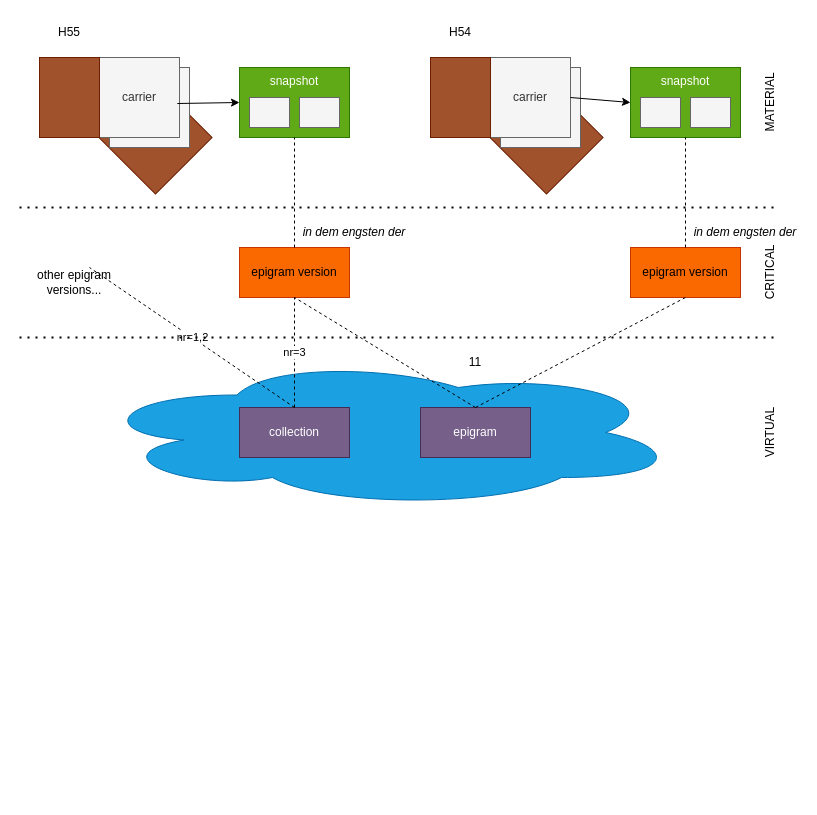
Before: model/img/entities.drawio in vedph/gve-doc, a draw.io diagram. Source tidied: cells renumbered, new cells numbered last; positions are measured from the earlier drawing's top-left corner, leaving out a move shared by most shapes. Both pictures are drawn from the tidied source at 100%, with x=0, y=0 at pixel (19, 17).
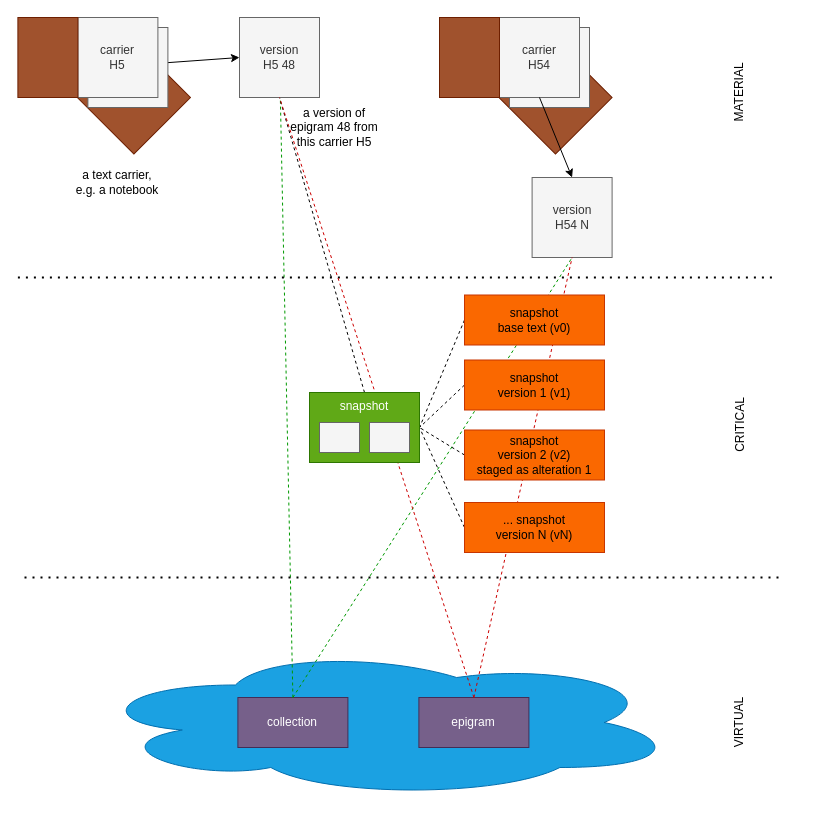
The same page after the edit.

The change refers to these unchanged cells:
```xml
<mxCell id="14" value="snapshot" style="rounded=0;whiteSpace=wrap;html=1;verticalAlign=top;fillColor=#60a917;fontColor=#ffffff;strokeColor=#2D7600;" parent="13" vertex="1">
  <mxGeometry width="110" height="70" as="geometry" />
</mxCell>
```

Diff of the diagram source:
```diff
@@
     <mxCell id="2" style="ellipse;shape=cloud;whiteSpace=wrap;html=1;fillColor=#1ba1e2;fontColor=#ffffff;strokeColor=#006EAF;" parent="1" vertex="1">
-      <mxGeometry x="70" y="340" width="590" height="150" as="geometry" />
+      <mxGeometry x="68.4" y="630" width="590" height="150" as="geometry" />
     </mxCell>
-    <mxCell id="3" style="group;" parent="1" vertex="1">
-      <mxGeometry x="20" y="40" width="172.6" height="136.6" as="geometry" />
-    </mxCell>
-    <mxCell id="4" style="rounded=0;whiteSpace=wrap;html=1;rotation=45;fillColor=#a0522d;fontColor=#ffffff;strokeColor=#6D1F00;" parent="3" vertex="1">
-      <mxGeometry x="76" y="40" width="80" height="80" as="geometry" />
-    </mxCell>
-    <mxCell id="5" style="rounded=0;whiteSpace=wrap;html=1;fillColor=#f5f5f5;fontColor=#333333;strokeColor=#666666;" parent="3" vertex="1">
-      <mxGeometry x="70" y="10" width="80" height="80" as="geometry" />
-    </mxCell>
-    <mxCell id="6" value="carrier" style="rounded=0;whiteSpace=wrap;html=1;fillColor=#f5f5f5;fontColor=#333333;strokeColor=#666666;" parent="3" vertex="1">
-      <mxGeometry x="60" width="80" height="80" as="geometry" />
-    </mxCell>
-    <mxCell id="7" style="rounded=0;whiteSpace=wrap;html=1;rotation=0;fillColor=#a0522d;fontColor=#ffffff;strokeColor=#6D1F00;" parent="3" vertex="1">
-      <mxGeometry width="60" height="80" as="geometry" />
-    </mxCell>
     <mxCell id="8" style="group;" parent="1" vertex="1">
-      <mxGeometry x="411" y="40" width="172.6" height="136.6" as="geometry" />
+      <mxGeometry x="420" width="172.6" height="136.6" as="geometry" />
     </mxCell>
@@
-    <mxCell id="11" value="carrier" style="rounded=0;whiteSpace=wrap;html=1;fillColor=#f5f5f5;fontColor=#333333;strokeColor=#666666;" parent="8" vertex="1">
+    <mxCell id="11" value="carrier&lt;div&gt;H54&lt;/div&gt;" style="rounded=0;whiteSpace=wrap;html=1;fillColor=#f5f5f5;fontColor=#333333;strokeColor=#666666;" parent="8" vertex="1">
       <mxGeometry x="60" width="80" height="80" as="geometry" />
     </mxCell>
@@
+    <mxCell id="21" style="endArrow=classic;html=1;rounded=0;exitX=0.973;exitY=0.575;exitDx=0;exitDy=0;exitPerimeter=0;entryX=0;entryY=0.5;entryDx=0;entryDy=0;" parent="1" edge="1" source="6" target="44">
+      <mxGeometry relative="1" as="geometry" />
+    </mxCell>
+    <mxCell id="25" value="collection" style="rounded=0;whiteSpace=wrap;html=1;fillColor=#76608a;fontColor=#ffffff;strokeColor=#432D57;" parent="1" vertex="1">
+      <mxGeometry x="218.4" y="680" width="110" height="50" as="geometry" />
+    </mxCell>
+    <mxCell id="26" value="epigram" style="rounded=0;whiteSpace=wrap;html=1;fillColor=#76608a;fontColor=#ffffff;strokeColor=#432D57;" parent="1" vertex="1">
+      <mxGeometry x="399.4" y="680" width="110" height="50" as="geometry" />
+    </mxCell>
+    <mxCell id="27" style="endArrow=none;dashed=1;html=1;rounded=0;exitX=0.5;exitY=0;exitDx=0;exitDy=0;entryX=0.5;entryY=1;entryDx=0;entryDy=0;strokeColor=#009900;" parent="1" edge="1" source="25" target="51">
+      <mxGeometry relative="1" as="geometry" />
+    </mxCell>
+    <mxCell id="28" style="endArrow=none;dashed=1;html=1;rounded=0;exitX=0.5;exitY=0;exitDx=0;exitDy=0;strokeColor=#009900;" parent="1" edge="1" source="25" target="44">
+      <mxGeometry relative="1" as="geometry" />
+    </mxCell>
+    <mxCell id="31" style="endArrow=none;dashed=1;html=1;rounded=0;entryX=0.5;entryY=1;entryDx=0;entryDy=0;exitX=0.5;exitY=0;exitDx=0;exitDy=0;" parent="1" edge="1" source="14" target="44">
+      <mxGeometry relative="1" as="geometry" />
+    </mxCell>
+    <mxCell id="39" value="VIRTUAL" style="text;html=1;align=center;verticalAlign=middle;whiteSpace=wrap;rounded=0;rotation=-90;" parent="1" vertex="1">
+      <mxGeometry x="690" y="690" width="60" height="30" as="geometry" />
+    </mxCell>
+    <mxCell id="42" style="endArrow=none;dashed=1;html=1;dashPattern=1 3;strokeWidth=2;rounded=0;" parent="1" edge="1">
+      <mxGeometry relative="1" as="geometry">
+        <mxPoint x="5" y="560" as="sourcePoint" />
+        <mxPoint x="765" y="560" as="targetPoint" />
+      </mxGeometry>
+    </mxCell>
+    <mxCell id="4" style="rounded=0;whiteSpace=wrap;html=1;rotation=45;fillColor=#a0522d;fontColor=#ffffff;strokeColor=#6D1F00;" parent="1" vertex="1">
+      <mxGeometry x="74.4" y="40" width="80" height="80" as="geometry" />
+    </mxCell>
+    <mxCell id="5" style="rounded=0;whiteSpace=wrap;html=1;fillColor=#f5f5f5;fontColor=#333333;strokeColor=#666666;" parent="1" vertex="1">
+      <mxGeometry x="68.4" y="10" width="80" height="80" as="geometry" />
+    </mxCell>
+    <mxCell id="6" value="carrier&lt;div&gt;H5&lt;/div&gt;" style="rounded=0;whiteSpace=wrap;html=1;fillColor=#f5f5f5;fontColor=#333333;strokeColor=#666666;" parent="1" vertex="1">
+      <mxGeometry x="58.4" width="80" height="80" as="geometry" />
+    </mxCell>
+    <mxCell id="7" style="rounded=0;whiteSpace=wrap;html=1;rotation=0;fillColor=#a0522d;fontColor=#ffffff;strokeColor=#6D1F00;" parent="1" vertex="1">
+      <mxGeometry x="-1.6" width="60" height="80" as="geometry" />
+    </mxCell>
+    <mxCell id="44" value="version&lt;div&gt;H5 48&lt;/div&gt;" style="rounded=0;whiteSpace=wrap;html=1;fillColor=#f5f5f5;fontColor=#333333;strokeColor=#666666;" parent="1" vertex="1">
+      <mxGeometry x="220" width="80" height="80" as="geometry" />
+    </mxCell>
+    <mxCell id="45" value="a text carrier, e.g. a notebook" style="text;html=1;align=center;verticalAlign=middle;whiteSpace=wrap;rounded=0;" parent="1" vertex="1">
+      <mxGeometry x="53.4" y="150" width="90" height="30" as="geometry" />
+    </mxCell>
+    <mxCell id="46" value="a version of epigram 48 from this carrier H5" style="text;html=1;align=center;verticalAlign=middle;whiteSpace=wrap;rounded=0;" parent="1" vertex="1">
+      <mxGeometry x="270" y="80" width="90" height="60" as="geometry" />
+    </mxCell>
+    <mxCell id="47" style="endArrow=none;dashed=1;html=1;rounded=0;exitX=0;exitY=0.5;exitDx=0;exitDy=0;entryX=1;entryY=0.5;entryDx=0;entryDy=0;" parent="1" edge="1" source="56" target="14">
+      <mxGeometry relative="1" as="geometry" />
+    </mxCell>
+    <mxCell id="48" style="endArrow=none;dashed=1;html=1;rounded=0;exitX=0;exitY=0.5;exitDx=0;exitDy=0;entryX=1;entryY=0.5;entryDx=0;entryDy=0;" parent="1" edge="1" source="57" target="14">
+      <mxGeometry relative="1" as="geometry" />
+    </mxCell>
+    <mxCell id="49" style="endArrow=none;dashed=1;html=1;rounded=0;exitX=0;exitY=0.5;exitDx=0;exitDy=0;entryX=1;entryY=0.5;entryDx=0;entryDy=0;" parent="1" edge="1" source="58" target="14">
+      <mxGeometry relative="1" as="geometry" />
+    </mxCell>
+    <mxCell id="50" style="endArrow=none;dashed=1;html=1;rounded=0;exitX=0;exitY=0.5;exitDx=0;exitDy=0;entryX=1;entryY=0.5;entryDx=0;entryDy=0;" parent="1" edge="1" source="59" target="14">
+      <mxGeometry relative="1" as="geometry" />
+    </mxCell>
+    <mxCell id="51" value="version&lt;div&gt;H54 N&lt;/div&gt;" style="rounded=0;whiteSpace=wrap;html=1;fillColor=#f5f5f5;fontColor=#333333;strokeColor=#666666;" parent="1" vertex="1">
+      <mxGeometry x="512.6" y="160" width="80" height="80" as="geometry" />
+    </mxCell>
+    <mxCell id="52" style="endArrow=classic;html=1;rounded=0;exitX=0.5;exitY=1;exitDx=0;exitDy=0;entryX=0.5;entryY=0;entryDx=0;entryDy=0;" parent="1" edge="1" source="11" target="51">
+      <mxGeometry relative="1" as="geometry" />
+    </mxCell>
+    <mxCell id="53" style="endArrow=none;dashed=1;html=1;dashPattern=1 3;strokeWidth=2;rounded=0;" parent="1" edge="1">
+      <mxGeometry relative="1" as="geometry">
+        <mxPoint x="-1.6" y="260" as="sourcePoint" />
+        <mxPoint x="758.4" y="260" as="targetPoint" />
+      </mxGeometry>
+    </mxCell>
+    <mxCell id="40" value="CRITICAL" style="text;html=1;align=center;verticalAlign=middle;whiteSpace=wrap;rounded=0;rotation=-90;" parent="1" vertex="1">
+      <mxGeometry x="690" y="392.5" width="60" height="30" as="geometry" />
+    </mxCell>
+    <mxCell id="41" value="MATERIAL" style="text;html=1;align=center;verticalAlign=middle;whiteSpace=wrap;rounded=0;rotation=-90;" parent="1" vertex="1">
+      <mxGeometry x="690" y="60" width="60" height="30" as="geometry" />
+    </mxCell>
+    <mxCell id="54" style="endArrow=none;dashed=1;html=1;rounded=0;exitX=0.5;exitY=0;exitDx=0;exitDy=0;entryX=0.5;entryY=1;entryDx=0;entryDy=0;strokeColor=#CC0000;" parent="1" edge="1" source="26" target="51">
+      <mxGeometry relative="1" as="geometry" />
+    </mxCell>
+    <mxCell id="55" style="endArrow=none;dashed=1;html=1;rounded=0;exitX=0.5;exitY=0;exitDx=0;exitDy=0;entryX=0.5;entryY=1;entryDx=0;entryDy=0;strokeColor=#CC0000;" parent="1" edge="1" source="26" target="44">
+      <mxGeometry relative="1" as="geometry" />
+    </mxCell>
+    <mxCell id="56" value="snapshot&lt;br&gt;base text (v0)" style="rounded=0;whiteSpace=wrap;html=1;fillColor=#fa6800;fontColor=#000000;strokeColor=#C73500;" parent="1" vertex="1">
+      <mxGeometry x="445" y="277.5" width="140" height="50" as="geometry" />
+    </mxCell>
+    <mxCell id="57" value="snapshot&lt;br&gt;version 1 (v1)" style="rounded=0;whiteSpace=wrap;html=1;fillColor=#fa6800;fontColor=#000000;strokeColor=#C73500;" parent="1" vertex="1">
+      <mxGeometry x="445" y="342.5" width="140" height="50" as="geometry" />
+    </mxCell>
+    <mxCell id="58" value="snapshot&lt;br&gt;version 2 (v2)&lt;div&gt;staged as alteration 1&lt;/div&gt;" style="rounded=0;whiteSpace=wrap;html=1;fillColor=#fa6800;fontColor=#000000;strokeColor=#C73500;" parent="1" vertex="1">
+      <mxGeometry x="445" y="412.5" width="140" height="50" as="geometry" />
+    </mxCell>
+    <mxCell id="59" value="... snapshot&lt;br&gt;version N (vN)" style="rounded=0;whiteSpace=wrap;html=1;fillColor=#fa6800;fontColor=#000000;strokeColor=#C73500;" parent="1" vertex="1">
+      <mxGeometry x="445" y="485" width="140" height="50" as="geometry" />
+    </mxCell>
     <mxCell id="13" style="group;" parent="1" vertex="1">
-      <mxGeometry x="220" y="50" width="110" height="70" as="geometry" />
+      <mxGeometry x="290" y="375" width="110" height="70" as="geometry" />
     </mxCell>
@@
-    <mxCell id="17" style="group;" parent="1" vertex="1">
-      <mxGeometry x="611" y="50" width="110" height="70" as="geometry" />
-    </mxCell>
-    <mxCell id="18" value="snapshot" style="rounded=0;whiteSpace=wrap;html=1;verticalAlign=top;fillColor=#60a917;fontColor=#ffffff;strokeColor=#2D7600;" parent="17" vertex="1">
-      <mxGeometry width="110" height="70" as="geometry" />
-    </mxCell>
-    <mxCell id="19" style="rounded=0;whiteSpace=wrap;html=1;fillColor=#f5f5f5;fontColor=#333333;strokeColor=#666666;" parent="17" vertex="1">
-      <mxGeometry x="10" y="30" width="40" height="30" as="geometry" />
-    </mxCell>
-    <mxCell id="20" style="rounded=0;whiteSpace=wrap;html=1;fillColor=#f5f5f5;fontColor=#333333;strokeColor=#666666;" parent="17" vertex="1">
-      <mxGeometry x="60" y="30" width="40" height="30" as="geometry" />
-    </mxCell>
-    <mxCell id="21" style="endArrow=classic;html=1;rounded=0;exitX=0.973;exitY=0.575;exitDx=0;exitDy=0;exitPerimeter=0;entryX=0;entryY=0.5;entryDx=0;entryDy=0;" parent="1" edge="1" source="6" target="14">
-      <mxGeometry relative="1" as="geometry" />
-    </mxCell>
-    <mxCell id="22" style="endArrow=classic;html=1;rounded=0;exitX=1;exitY=0.5;exitDx=0;exitDy=0;entryX=0;entryY=0.5;entryDx=0;entryDy=0;" parent="1" edge="1" source="11" target="18">
-      <mxGeometry relative="1" as="geometry" />
-    </mxCell>
-    <mxCell id="23" value="epigram version" style="rounded=0;whiteSpace=wrap;html=1;fillColor=#fa6800;fontColor=#000000;strokeColor=#C73500;" parent="1" vertex="1">
-      <mxGeometry x="220" y="230" width="110" height="50" as="geometry" />
-    </mxCell>
-    <mxCell id="24" value="epigram version" style="rounded=0;whiteSpace=wrap;html=1;fillColor=#fa6800;fontColor=#000000;strokeColor=#C73500;" parent="1" vertex="1">
-      <mxGeometry x="611" y="230" width="110" height="50" as="geometry" />
-    </mxCell>
-    <mxCell id="25" value="collection" style="rounded=0;whiteSpace=wrap;html=1;fillColor=#76608a;fontColor=#ffffff;strokeColor=#432D57;" parent="1" vertex="1">
-      <mxGeometry x="220" y="390" width="110" height="50" as="geometry" />
-    </mxCell>
-    <mxCell id="26" value="epigram" style="rounded=0;whiteSpace=wrap;html=1;fillColor=#76608a;fontColor=#ffffff;strokeColor=#432D57;" parent="1" vertex="1">
-      <mxGeometry x="401" y="390" width="110" height="50" as="geometry" />
-    </mxCell>
-    <mxCell id="27" value="nr=3" style="endArrow=none;dashed=1;html=1;rounded=0;exitX=0.5;exitY=0;exitDx=0;exitDy=0;entryX=0.5;entryY=1;entryDx=0;entryDy=0;" parent="1" edge="1" source="25" target="23">
-      <mxGeometry relative="1" as="geometry" />
-    </mxCell>
-    <mxCell id="28" value="nr=1,2" style="endArrow=none;dashed=1;html=1;rounded=0;exitX=0.5;exitY=0;exitDx=0;exitDy=0;" parent="1" edge="1" source="25">
-      <mxGeometry relative="1" as="geometry">
-        <mxPoint x="70" y="250" as="targetPoint" />
-      </mxGeometry>
-    </mxCell>
-    <mxCell id="29" value="other epigram versions..." style="text;html=1;align=center;verticalAlign=middle;whiteSpace=wrap;rounded=0;" parent="1" vertex="1">
-      <mxGeometry x="10" y="250" width="90" height="30" as="geometry" />
-    </mxCell>
-    <mxCell id="30" style="endArrow=none;dashed=1;html=1;rounded=0;entryX=0.5;entryY=1;entryDx=0;entryDy=0;exitX=0.5;exitY=0;exitDx=0;exitDy=0;" parent="1" edge="1" source="26" target="23">
-      <mxGeometry relative="1" as="geometry" />
-    </mxCell>
-    <mxCell id="31" style="endArrow=none;dashed=1;html=1;rounded=0;entryX=0.5;entryY=1;entryDx=0;entryDy=0;exitX=0.5;exitY=0;exitDx=0;exitDy=0;" parent="1" edge="1" source="26" target="24">
-      <mxGeometry relative="1" as="geometry" />
-    </mxCell>
-    <mxCell id="32" style="endArrow=none;dashed=1;html=1;rounded=0;entryX=0.5;entryY=1;entryDx=0;entryDy=0;exitX=0.5;exitY=0;exitDx=0;exitDy=0;" parent="1" edge="1" source="23" target="14">
-      <mxGeometry relative="1" as="geometry" />
-    </mxCell>
-    <mxCell id="33" style="endArrow=none;dashed=1;html=1;rounded=0;entryX=0.5;entryY=1;entryDx=0;entryDy=0;exitX=0.5;exitY=0;exitDx=0;exitDy=0;" parent="1" edge="1" source="24" target="18">
-      <mxGeometry relative="1" as="geometry" />
-    </mxCell>
-    <mxCell id="34" value="H55" style="text;html=1;align=center;verticalAlign=middle;whiteSpace=wrap;rounded=0;" parent="1" vertex="1">
-      <mxGeometry x="20" width="60" height="30" as="geometry" />
-    </mxCell>
-    <mxCell id="35" value="H54" style="text;html=1;align=center;verticalAlign=middle;whiteSpace=wrap;rounded=0;" parent="1" vertex="1">
-      <mxGeometry x="411" width="60" height="30" as="geometry" />
-    </mxCell>
-    <mxCell id="36" value="in dem engsten der" style="text;html=1;align=center;verticalAlign=middle;whiteSpace=wrap;rounded=0;fontStyle=2;" parent="1" vertex="1">
-      <mxGeometry x="280" y="200" width="110" height="30" as="geometry" />
-    </mxCell>
-    <mxCell id="37" value="in dem engsten der" style="text;html=1;align=center;verticalAlign=middle;whiteSpace=wrap;rounded=0;fontStyle=2;" parent="1" vertex="1">
-      <mxGeometry x="671" y="200" width="110" height="30" as="geometry" />
-    </mxCell>
-    <mxCell id="38" value="11" style="text;html=1;align=center;verticalAlign=middle;whiteSpace=wrap;rounded=0;" parent="1" vertex="1">
-      <mxGeometry x="431" y="330" width="50" height="30" as="geometry" />
-    </mxCell>
-    <mxCell id="39" value="VIRTUAL" style="text;html=1;align=center;verticalAlign=middle;whiteSpace=wrap;rounded=0;rotation=-90;" parent="1" vertex="1">
-      <mxGeometry x="721" y="400" width="60" height="30" as="geometry" />
-    </mxCell>
-    <mxCell id="40" value="CRITICAL" style="text;html=1;align=center;verticalAlign=middle;whiteSpace=wrap;rounded=0;rotation=-90;" parent="1" vertex="1">
-      <mxGeometry x="721" y="240" width="60" height="30" as="geometry" />
-    </mxCell>
-    <mxCell id="41" value="MATERIAL" style="text;html=1;align=center;verticalAlign=middle;whiteSpace=wrap;rounded=0;rotation=-90;" parent="1" vertex="1">
-      <mxGeometry x="721" y="70" width="60" height="30" as="geometry" />
-    </mxCell>
-    <mxCell id="42" style="endArrow=none;dashed=1;html=1;dashPattern=1 3;strokeWidth=2;rounded=0;" parent="1" edge="1">
-      <mxGeometry relative="1" as="geometry">
-        <mxPoint y="320" as="sourcePoint" />
-        <mxPoint x="760" y="320" as="targetPoint" />
-      </mxGeometry>
-    </mxCell>
-    <mxCell id="43" style="endArrow=none;dashed=1;html=1;dashPattern=1 3;strokeWidth=2;rounded=0;" parent="1" edge="1">
-      <mxGeometry relative="1" as="geometry">
-        <mxPoint y="190" as="sourcePoint" />
-        <mxPoint x="760" y="190" as="targetPoint" />
-      </mxGeometry>
-    </mxCell>
```
